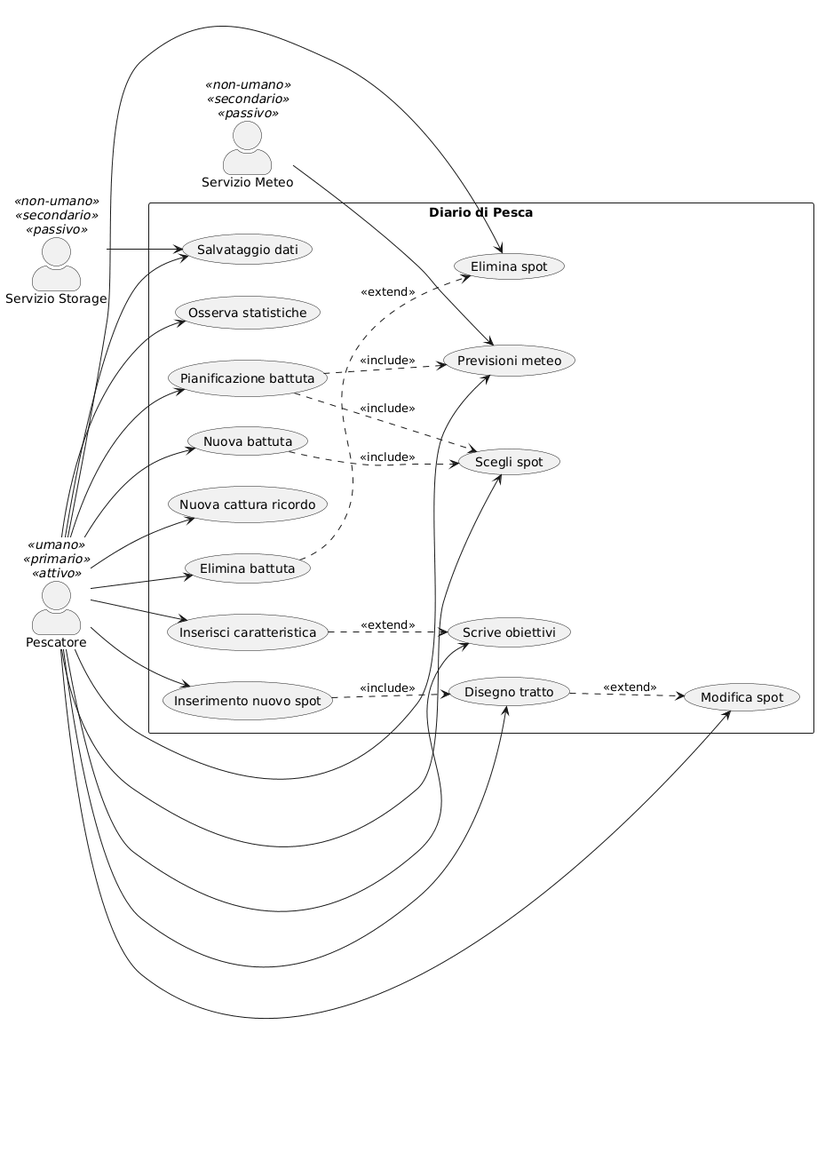
Earlier version of the PlantUML export docs/casiD_UsoPrincipali.png (LocaCele04/LC_Tesi).
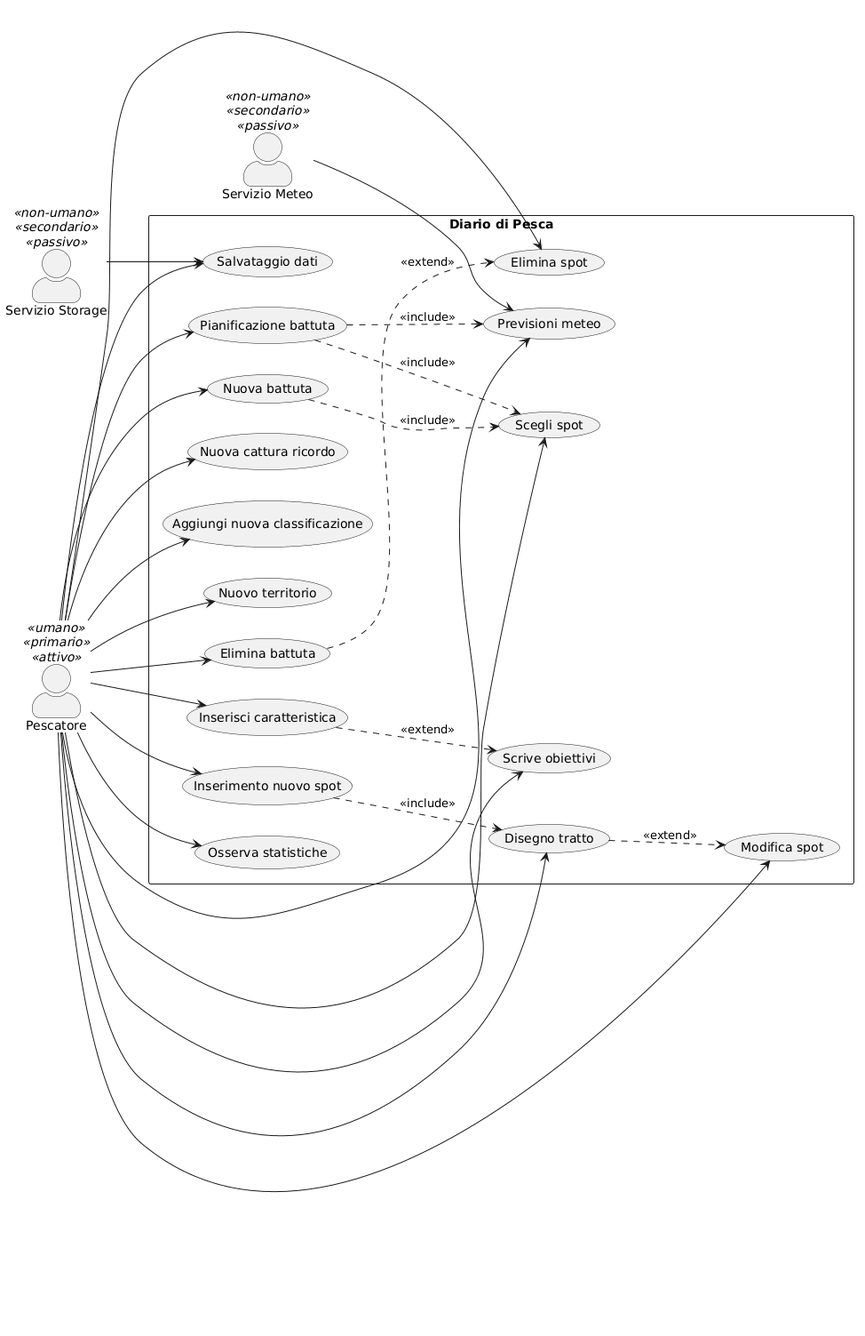
Later version of the same file.

Change to the diagram source:
```diff
@@ -22,6 +22,8 @@
 	usecase "Nuova battuta" as UC_NuovaBattuta
 	usecase "Pianificazione battuta" as UC_Pianificazione
 	usecase "Nuova cattura ricordo" as UC_CatturaMemorabile
+	usecase "Aggiungi nuova classificazione" as UC_NuovaClassificazione
+	usecase "Nuovo territorio" as UC_NuovaValle
 
 
 
@@ -55,4 +57,6 @@
 	Pescatore --> UC_Pianificazione
 	Pescatore --> UC_NuovoObiettivo
 	Pescatore --> UC_Previsioni
+	Pescatore --> UC_NuovaClassificazione
+	Pescatore --> UC_NuovaValle
 @enduml
```
